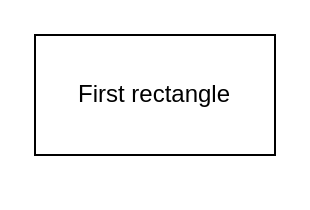
michaelkebe/draw.io keeps this draw.io diagram as 001.drawio. Above is the earlier version. Source tidied: cells renumbered, new cells numbered last; positions are measured from the earlier drawing's top-left corner, leaving out a move shared by most shapes. Both pictures are drawn from the tidied source at 200%, with x=0, y=0 at pixel (34, 34).
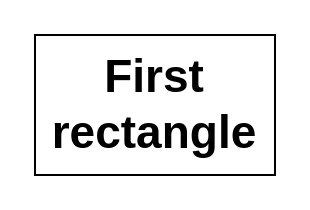
Above is the later version.

The edit, as a diff of the source:
```diff
@@
 <mxGraphModel>
   <root>
     <mxCell id="0" />
     <mxCell id="1" parent="0" />
-    <mxCell id="2" value="First rectangle" style="rounded=0;whiteSpace=wrap;html=1;" parent="1" vertex="1">
-      <mxGeometry width="120" height="60" as="geometry" />
+    <mxCell id="2" value="&lt;b style=&quot;font-size: 23px;&quot;&gt;First rectangle&lt;/b&gt;" style="rounded=0;whiteSpace=wrap;html=1;fontColor=default;labelBackgroundColor=none;labelBorderColor=none;labelPosition=center;verticalLabelPosition=middle;align=center;verticalAlign=middle;horizontal=1;rotation=0;" parent="1" vertex="1">
+      <mxGeometry width="120" height="70" as="geometry" />
     </mxCell>
   </root>
 </mxGraphModel>
```
